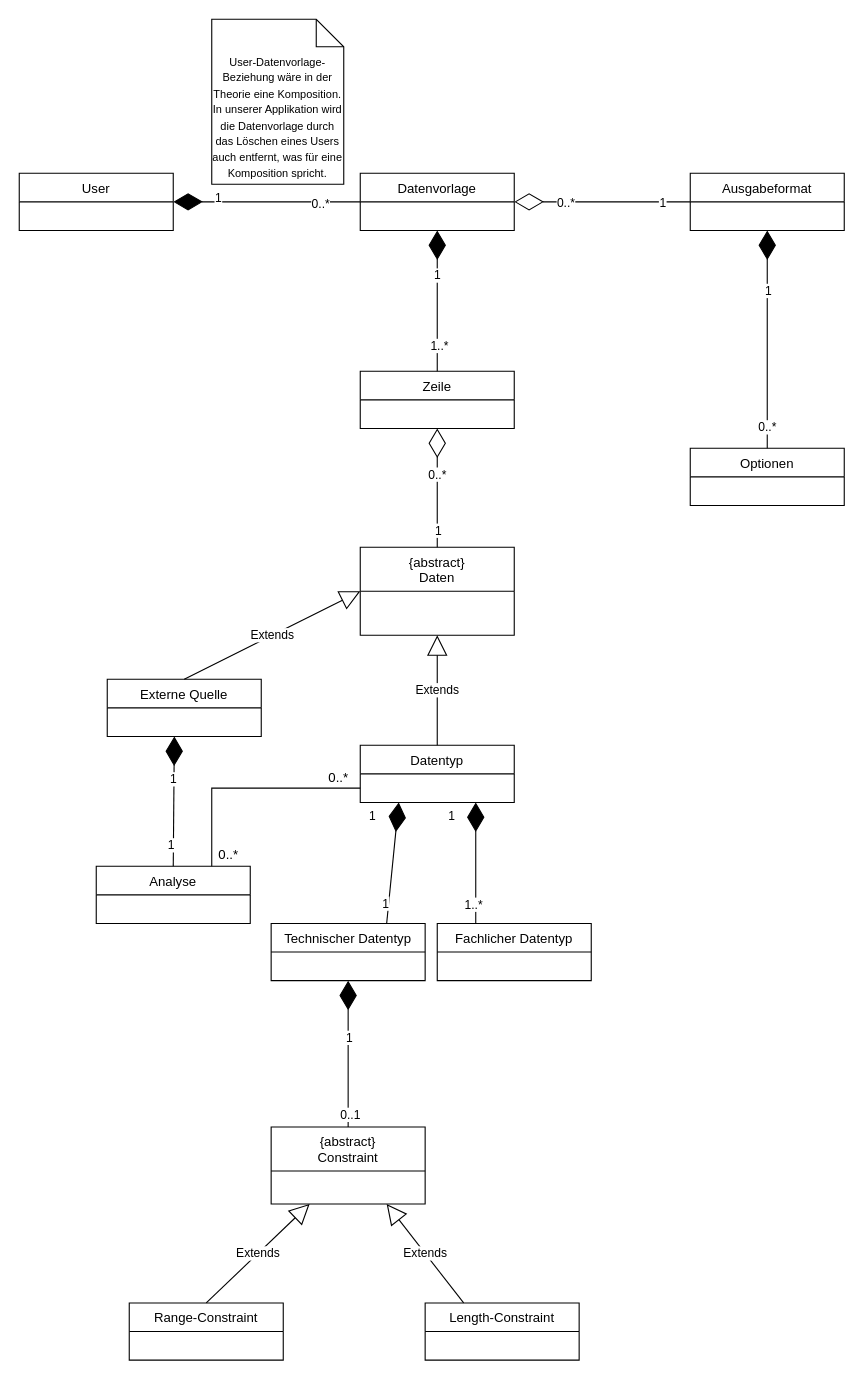
This is datagen-backend/src/main/resources/domain.drawio from Edelmetall/LoremIpsum, a draw.io file, before an edit. Source tidied: cells renumbered, new cells numbered last; positions are measured from the earlier drawing's top-left corner, leaving out a move shared by most shapes. Both pictures are drawn from the tidied source at 110%, with x=0, y=0 at pixel (19, 19).
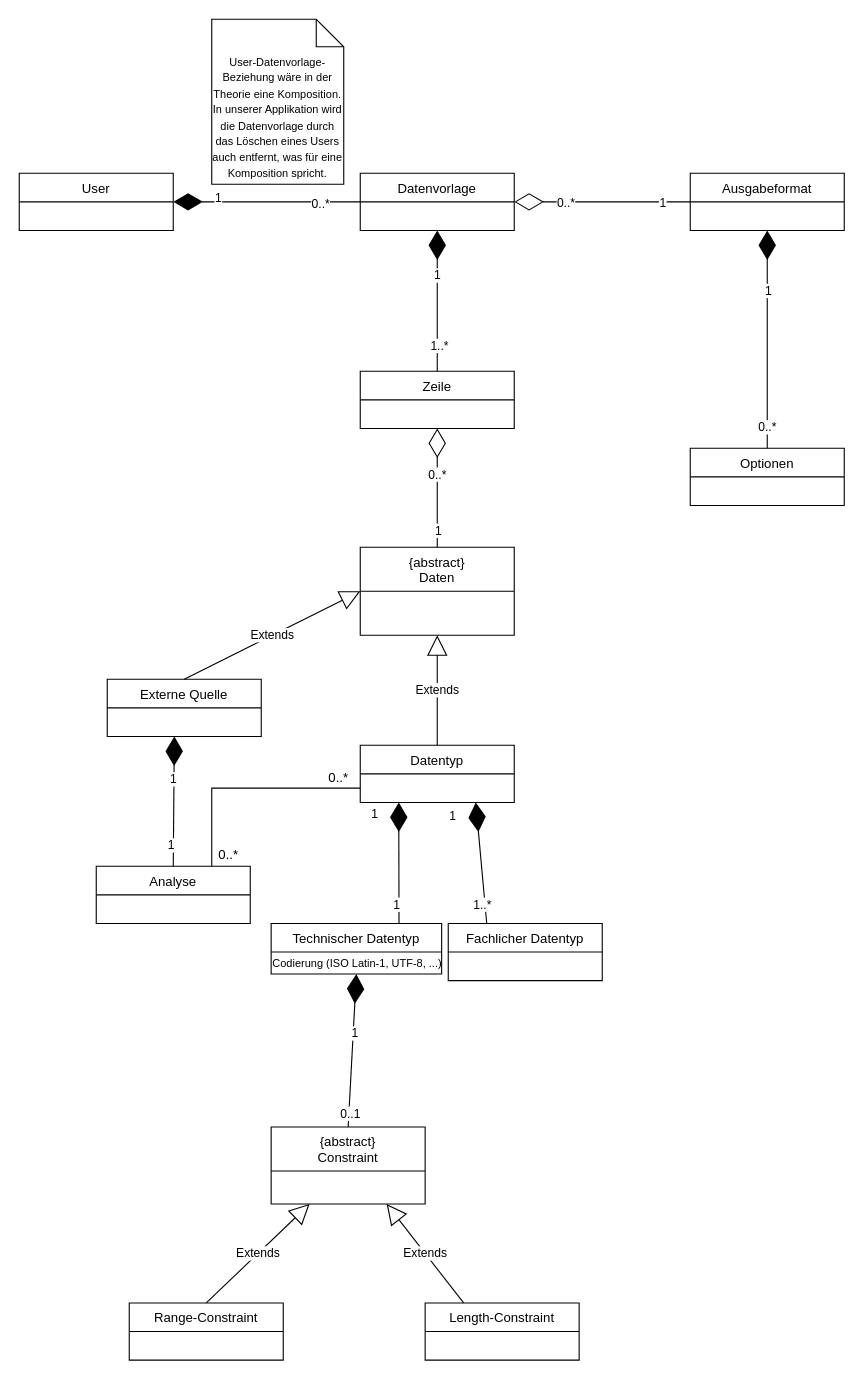
After the change.

Commit message:
#2 added field to "Technischer Datentyp"

Diff of the diagram source:
```diff
@@
     <mxCell id="7" value="Technischer Datentyp" style="swimlane;fontStyle=0;horizontal=1;startSize=26;fillColor=none;" parent="1" vertex="1">
-      <mxGeometry x="229" y="822" width="140" height="52" as="geometry" />
+      <mxGeometry x="229" y="822" width="155" height="46" as="geometry" />
     </mxCell>
+    <mxCell id="51" value="Codierung (ISO Latin-1, UTF-8, ...)" style="text;html=1;align=center;verticalAlign=middle;strokeColor=none;fillColor=none;fontSize=10;" parent="7" vertex="1">
+      <mxGeometry y="26" width="155" height="20" as="geometry" />
+    </mxCell>
     <mxCell id="8" value="Fachlicher Datentyp" style="swimlane;fontStyle=0;horizontal=1;startSize=26;fillColor=none;" parent="1" vertex="1">
-      <mxGeometry x="380" y="822" width="140" height="52" as="geometry" />
+      <mxGeometry x="390" y="822" width="140" height="52" as="geometry" />
     </mxCell>
```
